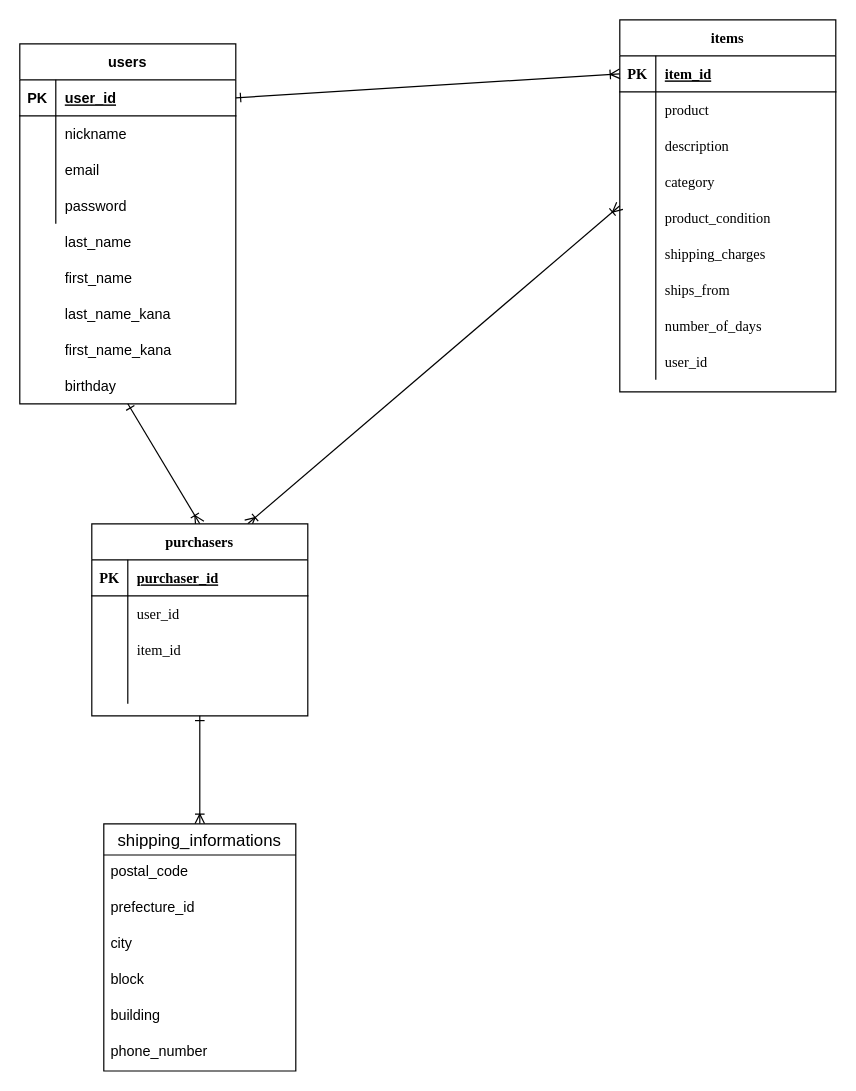
Before: README.dio in toripi0380/furima-38482, a draw.io diagram. Source tidied: cells renumbered, new cells numbered last; positions are measured from the earlier drawing's top-left corner, leaving out a move shared by most shapes. Both pictures are drawn from the tidied source at 120%, with x=0, y=0 at pixel (19, 19).
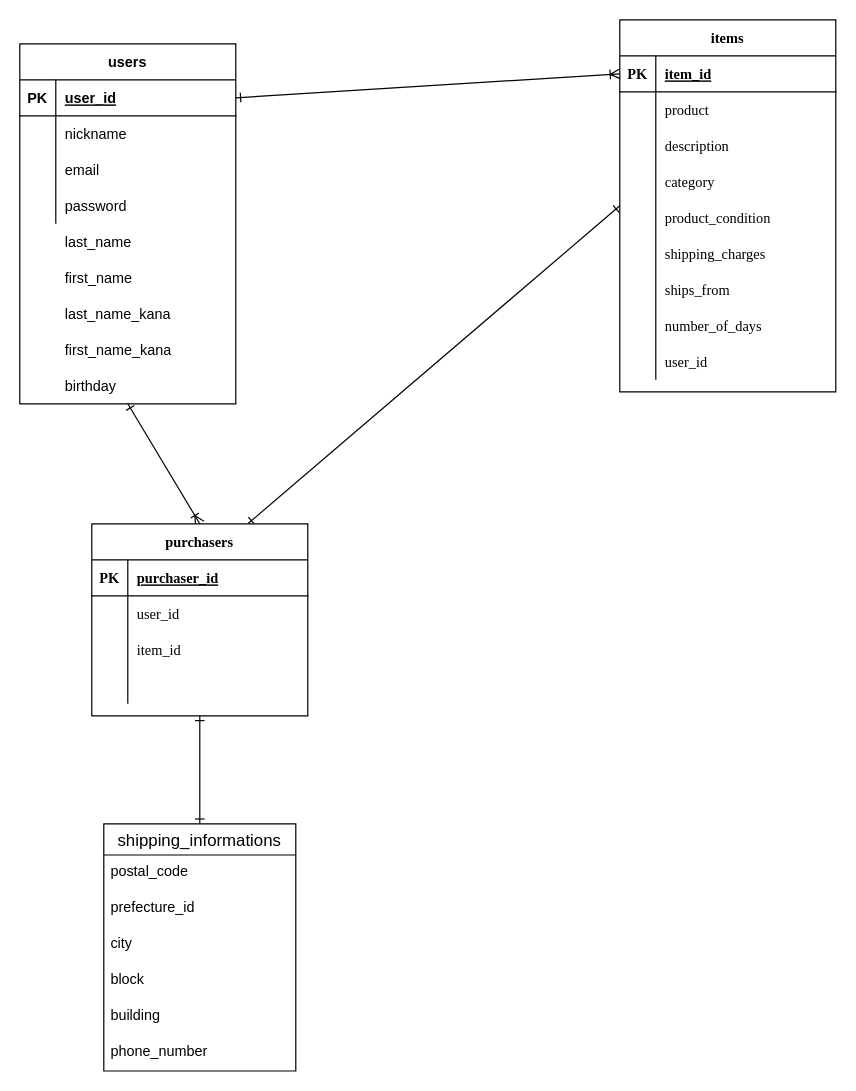
After the change.

The change refers to these unchanged cells:
```xml
<mxCell id="18" value="shipping_informations" style="swimlane;fontStyle=0;horizontal=1;startSize=26;align=center;fontSize=14;" parent="1" vertex="1">
  <mxGeometry x="70" y="670" width="160" height="206" as="geometry" />
</mxCell>
<mxCell id="26" value="items" style="shape=table;startSize=30;childLayout=tableLayout;rowLines=0;fontStyle=1;align=center;fontFamily=Times New Roman;" parent="1" vertex="1">
  <mxGeometry x="500" width="180" height="310" as="geometry" />
</mxCell>
<mxCell id="54" value="purchasers" style="shape=table;startSize=30;childLayout=tableLayout;rowLines=0;fontStyle=1;align=center;fontFamily=Times New Roman;" parent="1" vertex="1">
  <mxGeometry x="60" y="420" width="180" height="160" as="geometry" />
</mxCell>
```

The edit, as a diff of the source:
```diff
@@
-    <mxCell id="16" style="edgeStyle=none;rounded=1;jumpSize=35;html=1;exitX=0.75;exitY=0;exitDx=0;exitDy=0;entryX=0;entryY=0.5;entryDx=0;entryDy=0;startArrow=ERoneToMany;startFill=0;endArrow=ERoneToMany;endFill=0;targetPerimeterSpacing=0;" parent="1" edge="1" target="26">
+    <mxCell id="16" style="edgeStyle=none;rounded=1;jumpSize=35;html=1;exitX=0.75;exitY=0;exitDx=0;exitDy=0;entryX=0;entryY=0.5;entryDx=0;entryDy=0;startArrow=ERone;startFill=0;endArrow=ERone;endFill=0;targetPerimeterSpacing=0;" parent="1" edge="1" target="26">
       <mxGeometry relative="1" as="geometry">
         <mxPoint x="190" y="420" as="sourcePoint" />
       </mxGeometry>
     </mxCell>
-    <mxCell id="17" style="edgeStyle=none;rounded=1;jumpSize=35;html=1;exitX=0.5;exitY=0;exitDx=0;exitDy=0;startArrow=ERoneToMany;startFill=0;endArrow=ERone;endFill=0;targetPerimeterSpacing=0;entryX=0.5;entryY=1;entryDx=0;entryDy=0;" parent="1" edge="1" source="18" target="54">
+    <mxCell id="17" style="edgeStyle=none;rounded=1;jumpSize=35;html=1;exitX=0.5;exitY=0;exitDx=0;exitDy=0;startArrow=ERone;startFill=0;endArrow=ERone;endFill=0;targetPerimeterSpacing=0;entryX=0.5;entryY=1;entryDx=0;entryDy=0;" parent="1" edge="1" source="18" target="54">
       <mxGeometry relative="1" as="geometry" />
     </mxCell>
```
